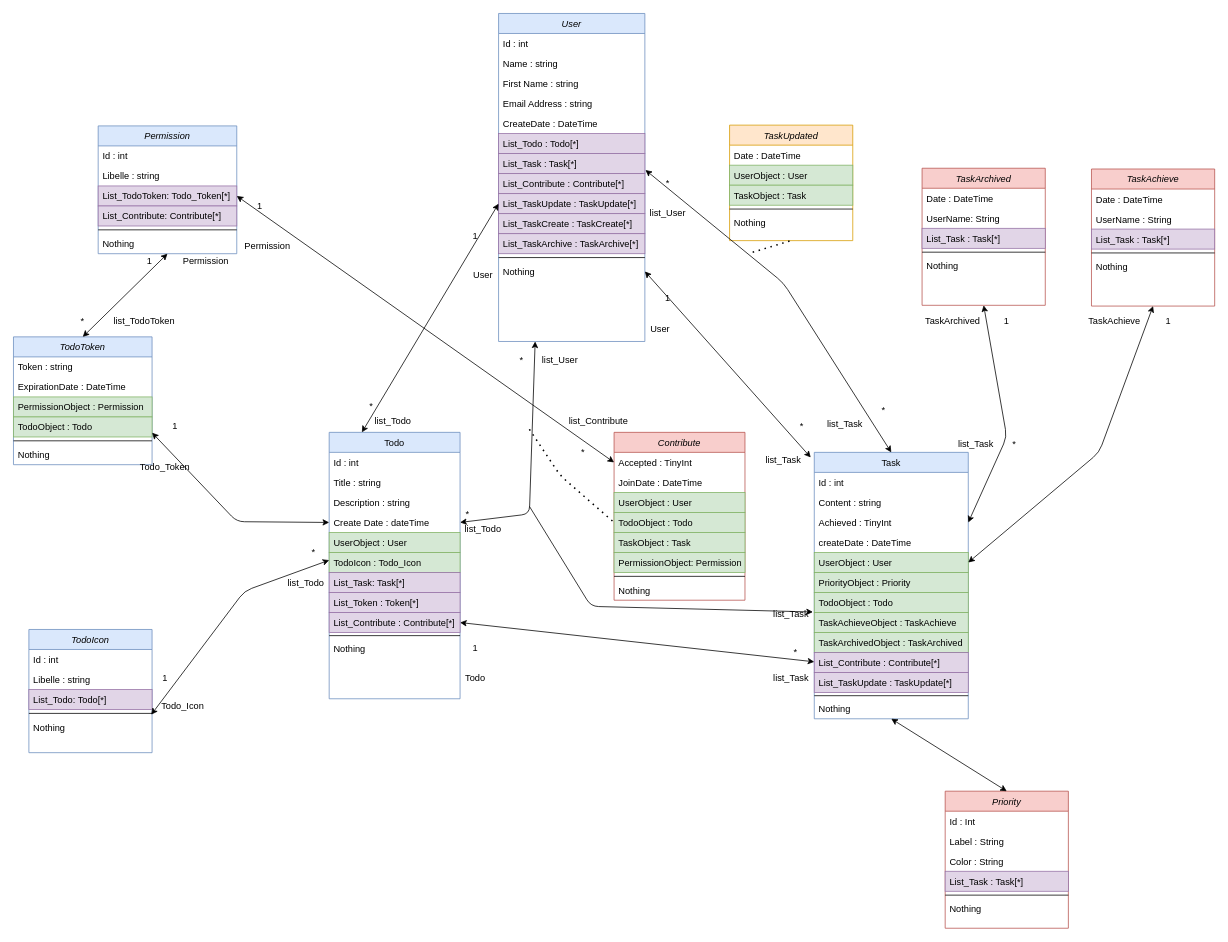
BaptisteLecat/Todo keeps this draw.io diagram as public/assets/todo_diagramCLASS.drawio. Above is the earlier version. Source tidied: cells renumbered, new cells numbered last; positions are measured from the earlier drawing's top-left corner, leaving out a move shared by most shapes. Both pictures are drawn from the tidied source at 77%, with x=0, y=0 at pixel (13, 13).
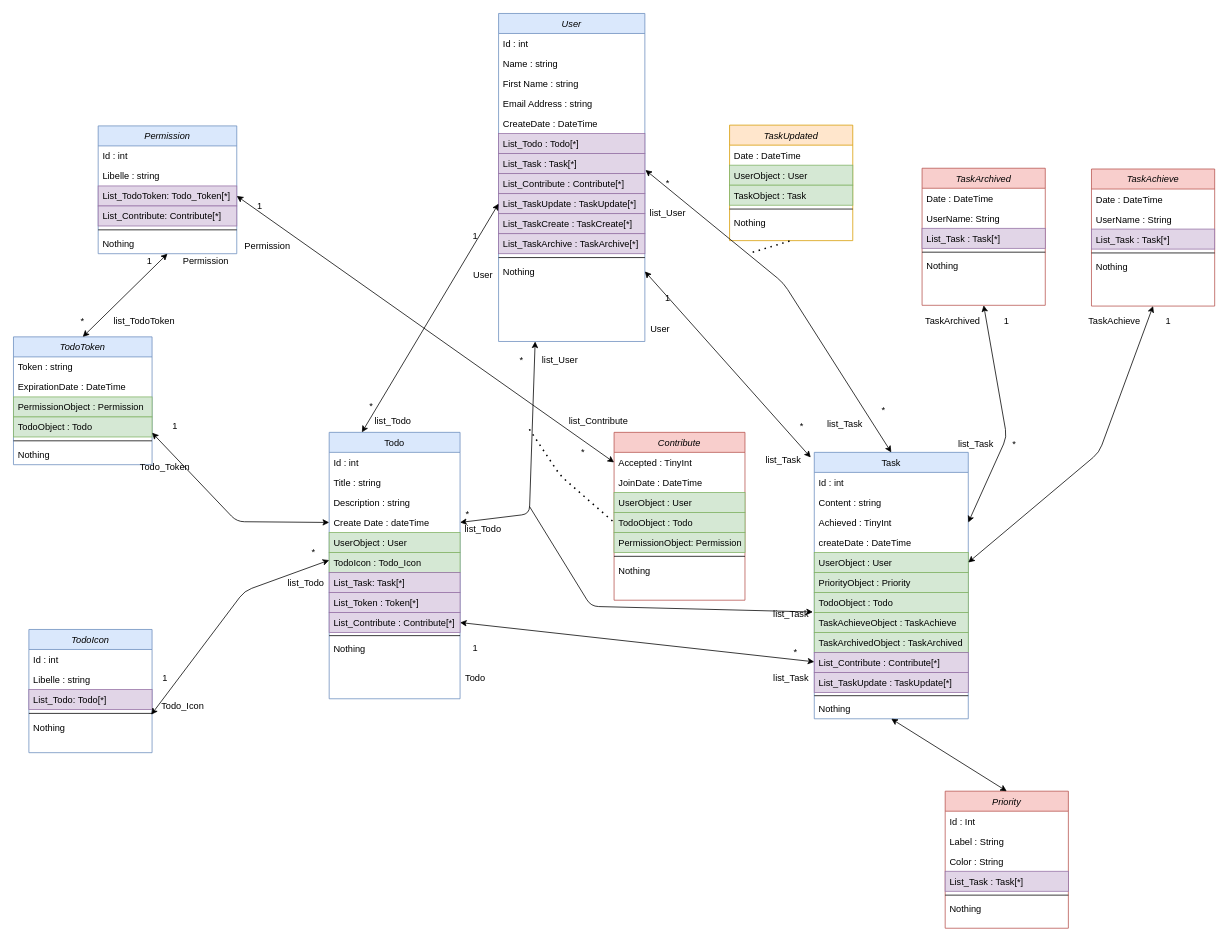
The same diagram, later.

Unchanged cells that the change refers to:
```xml
<mxCell id="74" value="Contribute" style="swimlane;fontStyle=2;align=center;verticalAlign=top;horizontal=1;startSize=26;rounded=0;shadow=0;strokeWidth=1;fillColor=#f8cecc;strokeColor=#b85450;" parent="1" vertex="1">
  <mxGeometry x="780" y="544" width="170" height="218" as="geometry" />
</mxCell>
```

Change to the diagram source:
```diff
@@
-    <mxCell id="79" value="TaskObject : Task" style="text;align=left;verticalAlign=top;spacingLeft=4;spacingRight=4;overflow=hidden;rounded=0;shadow=0;html=0;fillColor=#d5e8d4;strokeColor=#82b366;" parent="74" vertex="1">
-      <mxGeometry y="130" width="170" height="26" as="geometry" />
-    </mxCell>
     <mxCell id="80" value="PermissionObject: Permission" style="text;align=left;verticalAlign=top;spacingLeft=4;spacingRight=4;overflow=hidden;rounded=0;shadow=0;html=0;fillColor=#d5e8d4;strokeColor=#82b366;" parent="74" vertex="1">
-      <mxGeometry y="156" width="170" height="26" as="geometry" />
+      <mxGeometry y="130" width="170" height="26" as="geometry" />
     </mxCell>
     <mxCell id="81" style="line;html=1;strokeWidth=1;align=left;verticalAlign=middle;spacingTop=-1;spacingLeft=3;spacingRight=3;labelPosition=right;" parent="74" vertex="1">
-      <mxGeometry y="182" width="170" height="10" as="geometry" />
+      <mxGeometry y="156" width="170" height="10" as="geometry" />
     </mxCell>
     <mxCell id="82" value="Nothing" style="text;align=left;verticalAlign=top;spacingLeft=4;spacingRight=4;overflow=hidden;" parent="74" vertex="1">
-      <mxGeometry y="192" width="170" height="26" as="geometry" />
+      <mxGeometry y="166" width="170" height="26" as="geometry" />
     </mxCell>
```
